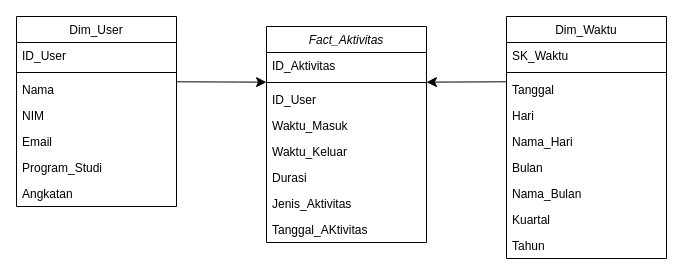
Before: page "Fact_Kunjungan" (1 of 4) of Star Schema UAS.drawio in arknsa/arknsa, a draw.io diagram. Source tidied: cells renumbered, new cells numbered last; positions are measured from the earlier drawing's top-left corner, leaving out a move shared by most shapes. Both pictures are drawn from the tidied source at 100%, with x=0, y=0 at pixel (16, 16).
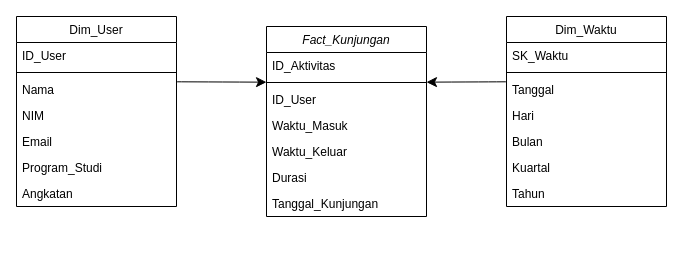
Above is the later version.

The edit, as a diff of the source:
```diff
@@
-    <mxCell id="2" value="Fact_Aktivitas" style="swimlane;fontStyle=2;align=center;verticalAlign=top;horizontal=1;startSize=26;rounded=0;shadow=0;strokeWidth=1;" parent="1" vertex="1">
-      <mxGeometry x="250" y="10" width="160" height="216" as="geometry" />
+    <mxCell id="2" value="Fact_Kunjungan" style="swimlane;fontStyle=2;align=center;verticalAlign=top;horizontal=1;startSize=26;rounded=0;shadow=0;strokeWidth=1;" parent="1" vertex="1">
+      <mxGeometry x="250" y="10" width="160" height="190" as="geometry" />
     </mxCell>
@@
-    <mxCell id="9" value="Jenis_Aktivitas" style="text;align=left;verticalAlign=top;spacingLeft=4;spacingRight=4;overflow=hidden;fontStyle=0;" parent="2" vertex="1">
-      <mxGeometry y="164" width="160" height="26" as="geometry" />
-    </mxCell>
-    <mxCell id="10" value="Tanggal_AKtivitas" style="text;align=left;verticalAlign=top;spacingLeft=4;spacingRight=4;overflow=hidden;fontStyle=0;" parent="2" vertex="1">
-      <mxGeometry y="190" width="160" height="26" as="geometry" />
+    <mxCell id="10" value="Tanggal_Kunjungan" style="text;align=left;verticalAlign=top;spacingLeft=4;spacingRight=4;overflow=hidden;fontStyle=0;" parent="2" vertex="1">
+      <mxGeometry y="164" width="160" height="26" as="geometry" />
     </mxCell>
@@
     <mxCell id="19" value="Dim_Waktu" style="swimlane;fontStyle=0;align=center;verticalAlign=top;horizontal=1;startSize=26;rounded=0;shadow=0;strokeWidth=1;" parent="1" vertex="1">
-      <mxGeometry x="490" width="160" height="242" as="geometry" />
+      <mxGeometry x="490" width="160" height="190" as="geometry" />
     </mxCell>
@@
-    <mxCell id="24" value="Nama_Hari" style="text;align=left;verticalAlign=top;spacingLeft=4;spacingRight=4;overflow=hidden;" parent="19" vertex="1">
-      <mxGeometry y="112" width="160" height="26" as="geometry" />
-    </mxCell>
     <mxCell id="25" value="Bulan" style="text;align=left;verticalAlign=top;spacingLeft=4;spacingRight=4;overflow=hidden;" parent="19" vertex="1">
-      <mxGeometry y="138" width="160" height="26" as="geometry" />
+      <mxGeometry y="112" width="160" height="26" as="geometry" />
     </mxCell>
-    <mxCell id="26" value="Nama_Bulan" style="text;align=left;verticalAlign=top;spacingLeft=4;spacingRight=4;overflow=hidden;" parent="19" vertex="1">
-      <mxGeometry y="164" width="160" height="26" as="geometry" />
-    </mxCell>
     <mxCell id="27" value="Kuartal" style="text;align=left;verticalAlign=top;spacingLeft=4;spacingRight=4;overflow=hidden;" parent="19" vertex="1">
-      <mxGeometry y="190" width="160" height="26" as="geometry" />
+      <mxGeometry y="138" width="160" height="26" as="geometry" />
     </mxCell>
     <mxCell id="28" value="Tahun" style="text;align=left;verticalAlign=top;spacingLeft=4;spacingRight=4;overflow=hidden;" parent="19" vertex="1">
-      <mxGeometry y="216" width="160" height="26" as="geometry" />
+      <mxGeometry y="164" width="160" height="26" as="geometry" />
     </mxCell>
```
